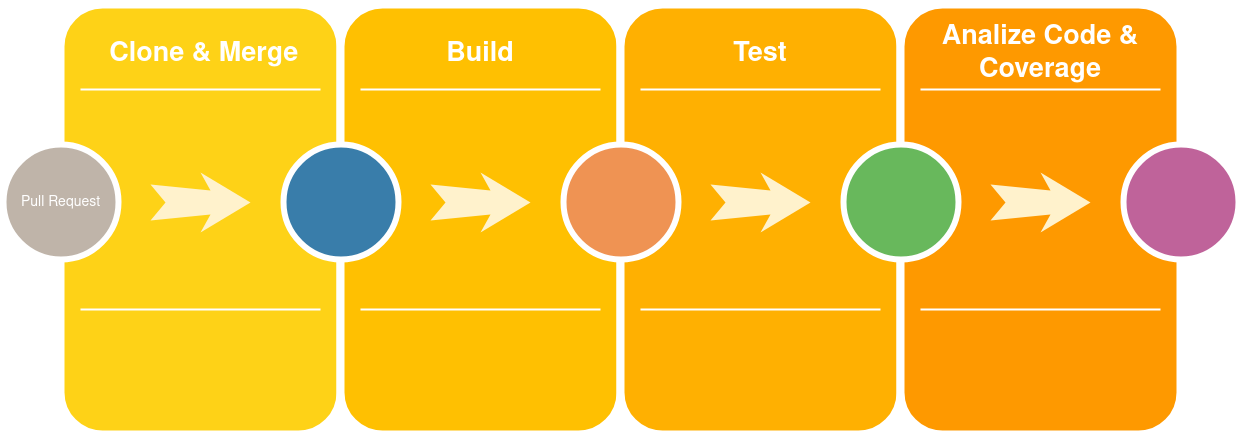
The draw.io diagram CI_Diagram.drawio.png in enavarrom/operatortest, before a commit. Source tidied: cells renumbered, new cells last; positions are measured from the earlier drawing's top-left corner, leaving out a move shared by most shapes.
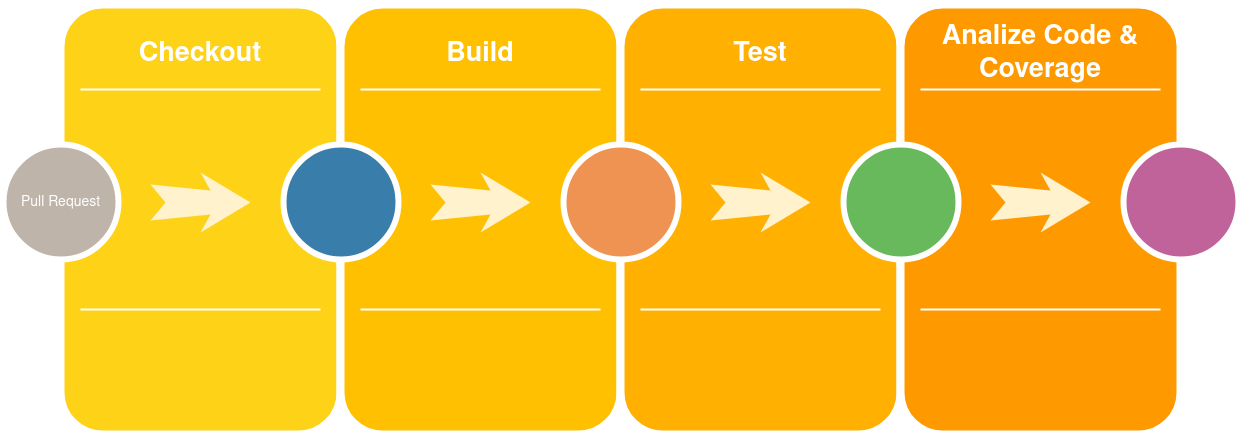
The same file after the commit.

What changed in the source:
```diff
@@ -5,7 +5,7 @@
     <mxCell id="2" style="whiteSpace=wrap;html=1;rounded=1;shadow=0;strokeWidth=8;fontSize=20;align=center;fillColor=#FED217;strokeColor=#FFFFFF;" parent="1" vertex="1">
       <mxGeometry x="57" width="280" height="430" as="geometry" />
     </mxCell>
-    <mxCell id="3" value="&amp;nbsp;Clone &amp;amp; Merge" style="text;html=1;strokeColor=none;fillColor=none;align=center;verticalAlign=middle;whiteSpace=wrap;rounded=0;shadow=0;fontSize=27;fontColor=#FFFFFF;fontStyle=1;" parent="1" vertex="1">
+    <mxCell id="3" value="Checkout" style="text;html=1;strokeColor=none;fillColor=none;align=center;verticalAlign=middle;whiteSpace=wrap;rounded=0;shadow=0;fontSize=27;fontColor=#FFFFFF;fontStyle=1;" parent="1" vertex="1">
       <mxGeometry x="57" y="20" width="280" height="60" as="geometry" />
     </mxCell>
     <mxCell id="4" style="line;strokeWidth=2;html=1;rounded=0;shadow=0;fontSize=27;align=center;fillColor=none;strokeColor=#FFFFFF;" parent="1" vertex="1">
```
